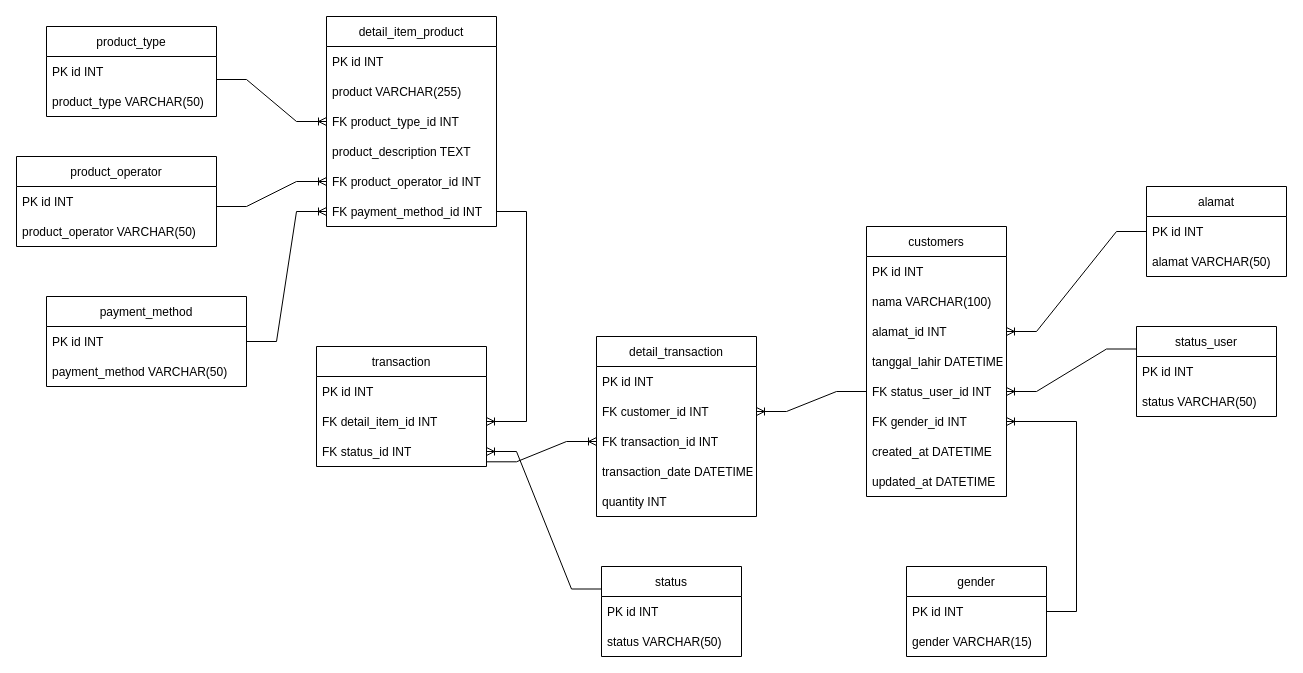
Yoga3911/digital_outlet_pulsa keeps this draw.io diagram as problem_1/Untitled Diagram.drawio. Above is the earlier version. Source tidied: cells renumbered, new cells numbered last; positions are measured from the earlier drawing's top-left corner, leaving out a move shared by most shapes. Both pictures are drawn from the tidied source at 100%, with x=0, y=0 at pixel (16, 16).
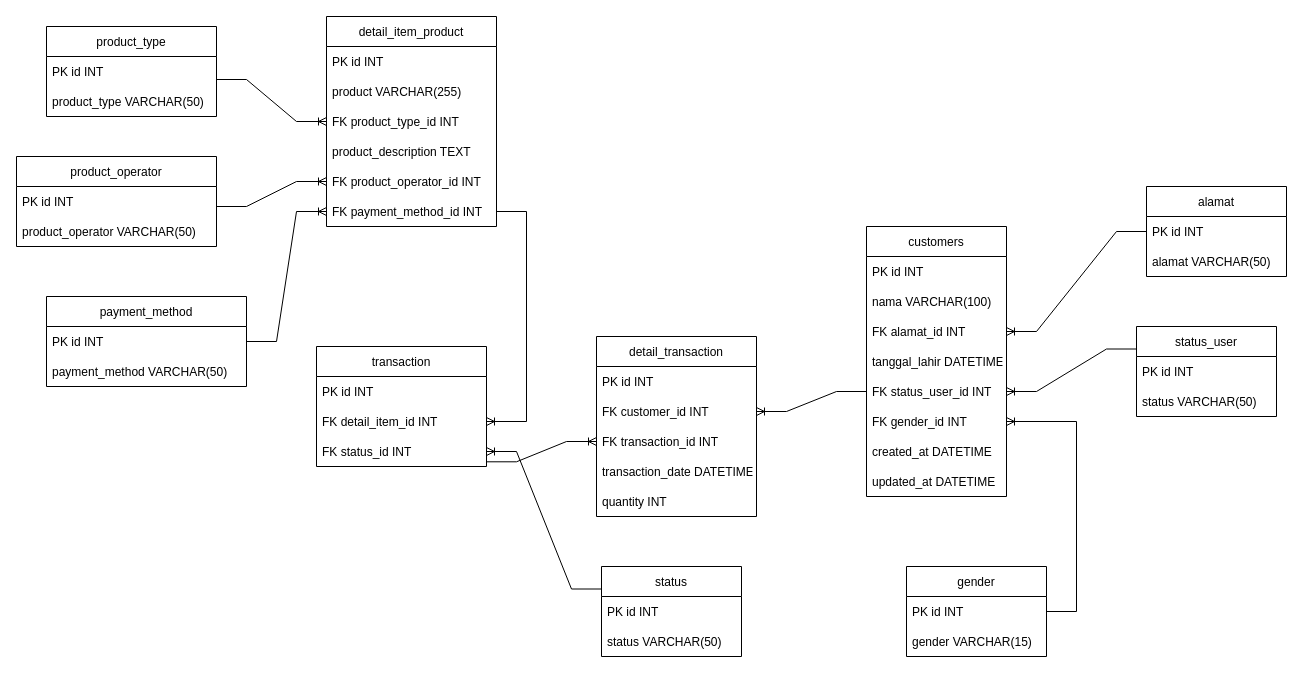
The same page after the edit.

Unchanged cells that the change refers to:
```xml
<mxCell id="9" value="customers" style="swimlane;fontStyle=0;horizontal=1;startSize=30;" parent="1" vertex="1">
  <mxGeometry x="850" y="210" width="140" height="270" as="geometry" />
</mxCell>
```

Diff of the diagram source:
```diff
@@
-    <mxCell id="12" value="alamat_id INT" style="text;strokeColor=none;fillColor=none;align=left;verticalAlign=middle;spacingLeft=4;spacingRight=4;overflow=hidden;points=[[0,0.5],[1,0.5]];portConstraint=eastwest;" parent="9" vertex="1">
+    <mxCell id="12" value="FK alamat_id INT" style="text;strokeColor=none;fillColor=none;align=left;verticalAlign=middle;spacingLeft=4;spacingRight=4;overflow=hidden;points=[[0,0.5],[1,0.5]];portConstraint=eastwest;" parent="9" vertex="1">
       <mxGeometry y="90" width="140" height="30" as="geometry" />
     </mxCell>
```
